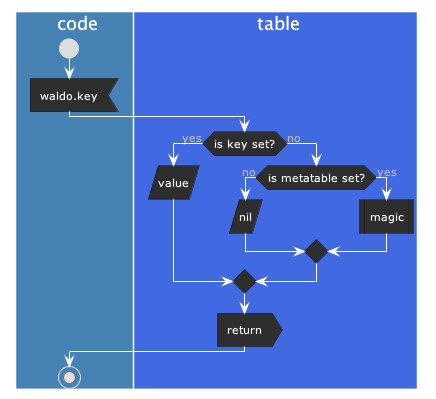
Before: content/posts/lua-metatables-introduction/table-index.png, a diagram exported from PlantUML (wwmoraes/site).
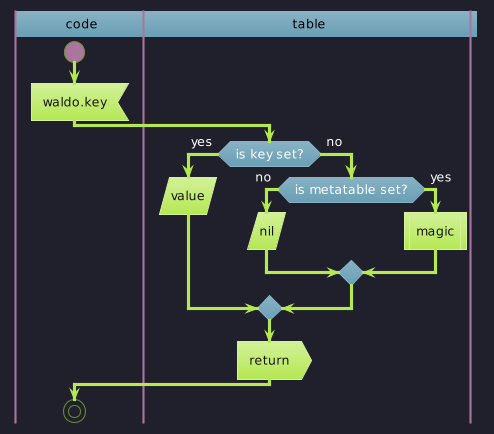
Above is the later version.

The edit, as a diff of the source:
```diff
@@ -1,10 +1,11 @@
 @startuml table-index
-!theme reddress-darkblue
-skinparam BackgroundColor transparent
-|#SteelBlue|c| code
+!theme hacker
+skinparam BackgroundColor #1f202b
+skinparam SwimlaneTitleFontColor #000000
+|c| code
 start
 :waldo.key<
-|#RoyalBlue|t| table
+|t| table
 if (is key set?) then (yes)
   :value/
 else (no)
```
